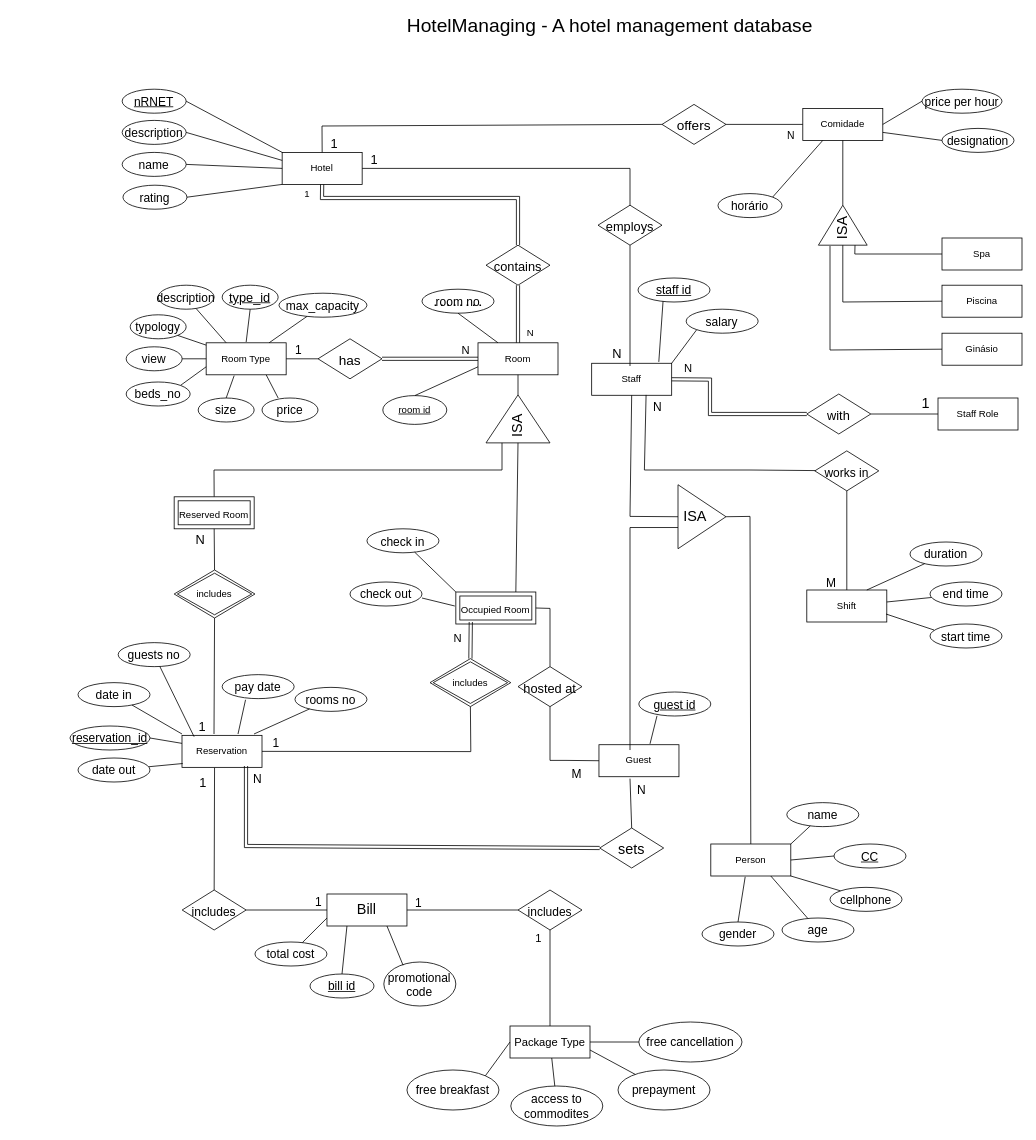
The draw.io diagram HotelManagingER.drawio in icbaptista/HotelManaging, before the edit. Source tidied: cells renumbered, new cells numbered last; positions are measured from the earlier drawing's top-left corner, leaving out a move shared by most shapes. Both pictures are drawn from the tidied source at 80%, with x=0, y=0 at pixel (70, 14).
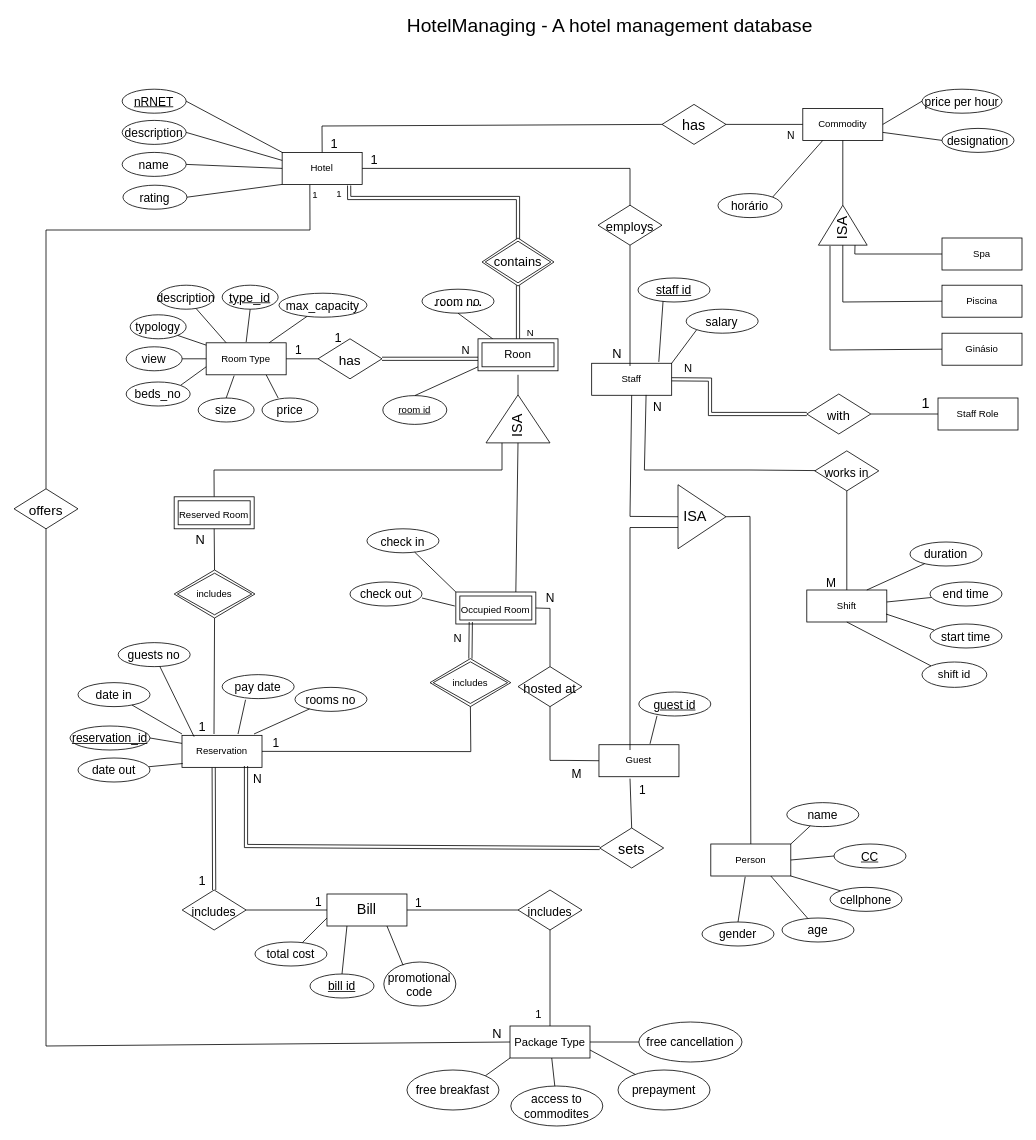
Above is the later version.

Unchanged cells that the change refers to:
```xml
<mxCell id="2" value="Hotel" style="whiteSpace=wrap;html=1;align=center;" parent="1" vertex="1">
  <mxGeometry x="265.2" y="173" width="100" height="40" as="geometry" />
</mxCell>
<mxCell id="22" value="Shift" style="whiteSpace=wrap;html=1;align=center;fontSize=12;" parent="1" vertex="1">
  <mxGeometry x="921" y="720" width="100" height="40" as="geometry" />
</mxCell>
<mxCell id="24" value="&lt;font style=&quot;font-size: 17px&quot;&gt;has&lt;/font&gt;" style="shape=rhombus;perimeter=rhombusPerimeter;whiteSpace=wrap;html=1;align=center;fontSize=24;" parent="1" vertex="1">
  <mxGeometry x="310" y="406" width="80" height="50" as="geometry" />
</mxCell>
<mxCell id="61" value="&lt;div style=&quot;font-size: 18px&quot; align=&quot;left&quot;&gt;&lt;font style=&quot;font-size: 18px&quot;&gt;&amp;nbsp;ISA&lt;/font&gt;&lt;/div&gt;" style="triangle;whiteSpace=wrap;html=1;fontFamily=Helvetica;fontSize=15;fontColor=default;align=left;rotation=-90;" parent="1" vertex="1">
  <mxGeometry x="530" y="466.1" width="60" height="80" as="geometry" />
</mxCell>
<mxCell id="66" value="room no" style="ellipse;whiteSpace=wrap;html=1;fontFamily=Helvetica;fontSize=15;fontColor=default;" parent="1" vertex="1">
  <mxGeometry x="440" y="344" width="90" height="30" as="geometry" />
</mxCell>
<mxCell id="77" value="Reservation" style="whiteSpace=wrap;html=1;align=center;fontSize=12;" parent="1" vertex="1">
  <mxGeometry x="140" y="901.7" width="100" height="40" as="geometry" />
</mxCell>
<mxCell id="92" value="&lt;font style=&quot;font-size: 15px&quot;&gt;includes&lt;/font&gt;" style="shape=rhombus;perimeter=rhombusPerimeter;whiteSpace=wrap;html=1;align=center;fontSize=24;" parent="1" vertex="1">
  <mxGeometry x="140.2" y="1095" width="80" height="50" as="geometry" />
</mxCell>
<mxCell id="129" value="&lt;u&gt;room id&lt;/u&gt;" style="ellipse;whiteSpace=wrap;html=1;" parent="1" vertex="1">
  <mxGeometry x="391" y="477" width="80" height="36" as="geometry" />
</mxCell>
<mxCell id="155" style="endArrow=none;html=1;rounded=0;fontSize=15;entryX=0.388;entryY=1.06;entryDx=0;entryDy=0;entryPerimeter=0;exitX=0.5;exitY=0;exitDx=0;exitDy=0;" parent="1" edge="1" source="78" target="25">
  <mxGeometry relative="1" as="geometry" />
</mxCell>
<mxCell id="167" value="&lt;font style=&quot;font-size: 14px&quot;&gt;Package Type&lt;/font&gt;" style="rounded=0;whiteSpace=wrap;html=1;fontFamily=Helvetica;fontSize=18;fontColor=default;" parent="1" vertex="1">
  <mxGeometry x="550" y="1265" width="100" height="40" as="geometry" />
</mxCell>
<mxCell id="170" style="endArrow=none;html=1;rounded=0;fontSize=14;exitX=0.5;exitY=0;exitDx=0;exitDy=0;entryX=0.5;entryY=1;entryDx=0;entryDy=0;" parent="1" edge="1" source="167" target="164">
  <mxGeometry relative="1" as="geometry" />
</mxCell>
<mxCell id="175" value="free breakfast" style="ellipse;whiteSpace=wrap;html=1;fontFamily=Helvetica;fontSize=15;fontColor=default;" parent="1" vertex="1">
  <mxGeometry x="421.2" y="1320" width="115" height="50" as="geometry" />
</mxCell>
```

Diff of the diagram source:
```diff
@@
-    <mxCell id="4" value="&lt;font style=&quot;font-size: 16px&quot;&gt;contains&lt;/font&gt;" style="shape=rhombus;perimeter=rhombusPerimeter;whiteSpace=wrap;html=1;align=center;fontSize=24;" parent="1" vertex="1">
-      <mxGeometry x="520" y="289" width="80" height="50" as="geometry" />
-    </mxCell>
-    <mxCell id="5" value="Room" style="whiteSpace=wrap;html=1;align=center;fontSize=12;" parent="1" vertex="1">
-      <mxGeometry x="510" y="411" width="100" height="40" as="geometry" />
-    </mxCell>
@@
-    <mxCell id="62" style="endArrow=none;html=1;rounded=0;labelBackgroundColor=default;fontFamily=Helvetica;fontSize=15;fontColor=default;strokeColor=default;shape=connector;exitX=1;exitY=0.5;exitDx=0;exitDy=0;entryX=0.5;entryY=1;entryDx=0;entryDy=0;" parent="1" edge="1" source="61" target="5">
-      <mxGeometry relative="1" as="geometry" />
+    <mxCell id="62" style="endArrow=none;html=1;rounded=0;labelBackgroundColor=default;fontFamily=Helvetica;fontSize=15;fontColor=default;strokeColor=default;shape=connector;exitX=1;exitY=0.5;exitDx=0;exitDy=0;entryX=0.5;entryY=1;entryDx=0;entryDy=0;" parent="1" edge="1" source="61">
+      <mxGeometry relative="1" as="geometry">
+        <mxPoint x="560" y="451" as="targetPoint" />
+      </mxGeometry>
     </mxCell>
@@
-    <mxCell id="68" style="endArrow=none;html=1;rounded=0;labelBackgroundColor=default;fontFamily=Helvetica;fontSize=15;fontColor=default;strokeColor=default;shape=connector;exitX=0.5;exitY=1;exitDx=0;exitDy=0;entryX=0.25;entryY=0;entryDx=0;entryDy=0;" parent="1" edge="1" source="66" target="5">
-      <mxGeometry relative="1" as="geometry" />
+    <mxCell id="68" style="endArrow=none;html=1;rounded=0;labelBackgroundColor=default;fontFamily=Helvetica;fontSize=15;fontColor=default;strokeColor=default;shape=connector;exitX=0.5;exitY=1;exitDx=0;exitDy=0;entryX=0.25;entryY=0;entryDx=0;entryDy=0;" parent="1" edge="1" source="66">
+      <mxGeometry relative="1" as="geometry">
+        <mxPoint x="535" y="411" as="targetPoint" />
+      </mxGeometry>
     </mxCell>
@@
-    <mxCell id="117" style="shape=link;html=1;rounded=0;fontSize=14;entryX=0;entryY=0.5;entryDx=0;entryDy=0;" parent="1" edge="1" source="24" target="5">
-      <mxGeometry relative="1" as="geometry" />
+    <mxCell id="117" style="shape=link;html=1;rounded=0;fontSize=14;entryX=0;entryY=0.5;entryDx=0;entryDy=0;" parent="1" edge="1" source="24">
+      <mxGeometry relative="1" as="geometry">
+        <mxPoint x="510" y="431" as="targetPoint" />
+      </mxGeometry>
     </mxCell>
@@
-    <mxCell id="123" style="shape=link;html=1;rounded=0;entryX=0.5;entryY=1;entryDx=0;entryDy=0;exitX=0.5;exitY=0;exitDx=0;exitDy=0;" parent="1" edge="1" source="4" target="2">
+    <mxCell id="123" style="shape=link;html=1;rounded=0;exitX=0.5;exitY=0;exitDx=0;exitDy=0;entryX=0.837;entryY=1.034;entryDx=0;entryDy=0;entryPerimeter=0;" parent="1" edge="1" target="2">
       <mxGeometry relative="1" as="geometry">
+        <mxPoint x="560" y="289" as="sourcePoint" />
         <Array as="points">
           <mxPoint x="560" y="230" />
-          <mxPoint x="315" y="230" />
+          <mxPoint x="349" y="230" />
         </Array>
       </mxGeometry>
     </mxCell>
     <mxCell id="124" value="1" style="html=1;align=right;verticalAlign=bottom;" parent="123" vertex="1">
       <mxGeometry x="1" relative="1" as="geometry">
-        <mxPoint x="-15" y="20" as="offset" />
+        <mxPoint x="-9" y="19" as="offset" />
       </mxGeometry>
     </mxCell>
-    <mxCell id="125" style="shape=link;html=1;rounded=0;entryX=0.5;entryY=0;entryDx=0;entryDy=0;exitX=0.5;exitY=1;exitDx=0;exitDy=0;" parent="1" edge="1" source="4" target="5">
-      <mxGeometry relative="1" as="geometry" />
+    <mxCell id="125" style="shape=link;html=1;rounded=0;entryX=0.5;entryY=0;entryDx=0;entryDy=0;exitX=0.5;exitY=1;exitDx=0;exitDy=0;" parent="1" edge="1">
+      <mxGeometry relative="1" as="geometry">
+        <mxPoint x="560" y="339" as="sourcePoint" />
+        <mxPoint x="560" y="411" as="targetPoint" />
+      </mxGeometry>
     </mxCell>
@@
-    <mxCell id="130" style="endArrow=none;html=1;rounded=0;exitX=0.5;exitY=0;exitDx=0;exitDy=0;entryX=0;entryY=0.75;entryDx=0;entryDy=0;" parent="1" edge="1" source="129" target="5">
-      <mxGeometry relative="1" as="geometry" />
+    <mxCell id="130" style="endArrow=none;html=1;rounded=0;exitX=0.5;exitY=0;exitDx=0;exitDy=0;entryX=0;entryY=0.75;entryDx=0;entryDy=0;" parent="1" edge="1" source="129">
+      <mxGeometry relative="1" as="geometry">
+        <mxPoint x="510" y="441" as="targetPoint" />
+      </mxGeometry>
     </mxCell>
-    <mxCell id="131" value="Comidade" style="whiteSpace=wrap;html=1;align=center;" parent="1" vertex="1">
+    <mxCell id="131" value="Commodity" style="whiteSpace=wrap;html=1;align=center;" parent="1" vertex="1">
       <mxGeometry x="916" y="118" width="100" height="40" as="geometry" />
     </mxCell>
@@
-    <mxCell id="134" value="&lt;font style=&quot;font-size: 17px&quot;&gt;offers&lt;/font&gt;" style="shape=rhombus;perimeter=rhombusPerimeter;whiteSpace=wrap;html=1;align=center;fontSize=24;" parent="1" vertex="1">
+    <mxCell id="134" value="&lt;font style=&quot;font-size: 18px&quot;&gt;has&lt;/font&gt;" style="shape=rhombus;perimeter=rhombusPerimeter;whiteSpace=wrap;html=1;align=center;fontSize=24;" parent="1" vertex="1">
       <mxGeometry x="740" y="113" width="80" height="50" as="geometry" />
     </mxCell>
@@
-    <mxCell id="153" style="endArrow=none;html=1;rounded=0;labelBackgroundColor=default;fontFamily=Helvetica;fontSize=16;fontColor=default;strokeColor=default;shape=connector;entryX=0.407;entryY=1.014;entryDx=0;entryDy=0;exitX=0.5;exitY=0;exitDx=0;exitDy=0;entryPerimeter=0;" parent="1" edge="1" source="92" target="77">
-      <mxGeometry relative="1" as="geometry" />
-    </mxCell>
-    <mxCell id="154" value="1" style="html=1;align=right;verticalAlign=bottom;fontFamily=Helvetica;fontSize=16;fontColor=default;" parent="153" vertex="1">
-      <mxGeometry x="1" relative="1" as="geometry">
-        <mxPoint x="-10" y="30" as="offset" />
-      </mxGeometry>
-    </mxCell>
@@
-    <mxCell id="156" value="N" style="html=1;align=right;verticalAlign=bottom;fontSize=15;" parent="155" vertex="1">
+    <mxCell id="156" value="1" style="html=1;align=right;verticalAlign=bottom;fontSize=15;" parent="155" vertex="1">
       <mxGeometry x="1" relative="1" as="geometry">
         <mxPoint x="20" y="24" as="offset" />
       </mxGeometry>
     </mxCell>
@@
     <mxCell id="171" value="1" style="html=1;align=right;verticalAlign=bottom;fontSize=14;" parent="170" vertex="1">
       <mxGeometry x="1" relative="1" as="geometry">
-        <mxPoint x="-10" y="20" as="offset" />
+        <mxPoint x="-10" y="115" as="offset" />
       </mxGeometry>
     </mxCell>
@@
-    <mxCell id="176" style="endArrow=none;html=1;rounded=0;fontSize=14;exitX=1;exitY=0;exitDx=0;exitDy=0;entryX=0;entryY=0.5;entryDx=0;entryDy=0;" parent="1" edge="1" source="175" target="167">
+    <mxCell id="176" style="endArrow=none;html=1;rounded=0;fontSize=14;exitX=1;exitY=0;exitDx=0;exitDy=0;entryX=0;entryY=1;entryDx=0;entryDy=0;" parent="1" edge="1" source="175" target="167">
       <mxGeometry relative="1" as="geometry" />
     </mxCell>
@@
+    <mxCell id="180" value="shift id" style="ellipse;whiteSpace=wrap;html=1;fontSize=14;" parent="1" vertex="1">
+      <mxGeometry x="1065" y="810" width="81" height="31.7" as="geometry" />
+    </mxCell>
+    <mxCell id="181" style="endArrow=none;html=1;rounded=0;fontSize=14;exitX=0.5;exitY=1;exitDx=0;exitDy=0;entryX=0;entryY=0;entryDx=0;entryDy=0;" parent="1" edge="1" source="22" target="180">
+      <mxGeometry relative="1" as="geometry" />
+    </mxCell>
+    <mxCell id="182" value="Roon" style="shape=ext;margin=3;double=1;whiteSpace=wrap;html=1;align=center;fontSize=14;" parent="1" vertex="1">
+      <mxGeometry x="510" y="406" width="100" height="40" as="geometry" />
+    </mxCell>
+    <mxCell id="4" value="&lt;font style=&quot;font-size: 16px&quot;&gt;contains&lt;/font&gt;" style="shape=rhombus;double=1;perimeter=rhombusPerimeter;whiteSpace=wrap;html=1;align=center;fontSize=14;" parent="1" vertex="1">
+      <mxGeometry x="515" y="280" width="90" height="60" as="geometry" />
+    </mxCell>
+    <mxCell id="183" style="shape=link;html=1;rounded=0;fontSize=16;exitX=0.396;exitY=1.006;exitDx=0;exitDy=0;exitPerimeter=0;entryX=0.5;entryY=0;entryDx=0;entryDy=0;" parent="1" edge="1" source="77" target="92">
+      <mxGeometry relative="1" as="geometry" />
+    </mxCell>
+    <mxCell id="184" value="1" style="html=1;align=right;verticalAlign=bottom;fontSize=16;" parent="183" vertex="1">
+      <mxGeometry x="1" relative="1" as="geometry">
+        <mxPoint x="-10" y="-1" as="offset" />
+      </mxGeometry>
+    </mxCell>
+    <mxCell id="185" value="&lt;font style=&quot;font-size: 17px&quot;&gt;offers&lt;/font&gt;" style="shape=rhombus;perimeter=rhombusPerimeter;whiteSpace=wrap;html=1;align=center;fontSize=24;" parent="1" vertex="1">
+      <mxGeometry x="-70" y="593.5" width="80" height="50" as="geometry" />
+    </mxCell>
+    <mxCell id="186" style="endArrow=none;html=1;rounded=0;fontSize=16;entryX=0.5;entryY=0;entryDx=0;entryDy=0;exitX=0.346;exitY=1.011;exitDx=0;exitDy=0;exitPerimeter=0;" parent="1" edge="1" source="2" target="185">
+      <mxGeometry relative="1" as="geometry">
+        <Array as="points">
+          <mxPoint x="300" y="270" />
+          <mxPoint x="-30" y="270" />
+        </Array>
+      </mxGeometry>
+    </mxCell>
+    <mxCell id="187" value="1" style="html=1;align=right;verticalAlign=bottom;fontSize=16;" parent="186" vertex="1">
+      <mxGeometry x="1" relative="1" as="geometry">
+        <mxPoint x="370" y="-177" as="offset" />
+      </mxGeometry>
+    </mxCell>
+    <mxCell id="188" style="endArrow=none;html=1;rounded=0;fontSize=16;exitX=0.5;exitY=1;exitDx=0;exitDy=0;entryX=0;entryY=0.5;entryDx=0;entryDy=0;" parent="1" edge="1" source="185" target="167">
+      <mxGeometry relative="1" as="geometry">
+        <Array as="points">
+          <mxPoint x="-30" y="1290" />
+        </Array>
+      </mxGeometry>
+    </mxCell>
+    <mxCell id="189" value="N" style="html=1;align=right;verticalAlign=bottom;fontSize=16;" parent="188" vertex="1">
+      <mxGeometry x="1" relative="1" as="geometry">
+        <mxPoint x="-10" as="offset" />
+      </mxGeometry>
+    </mxCell>
+    <mxCell id="190" value="N" style="html=1;align=right;verticalAlign=bottom;fontFamily=Helvetica;fontSize=15;fontColor=default;" parent="1" vertex="1">
+      <mxGeometry x="660" y="980" as="geometry">
+        <mxPoint x="-54" y="-240" as="offset" />
+      </mxGeometry>
+    </mxCell>
+    <mxCell id="191" value="1" style="html=1;align=right;verticalAlign=bottom;" parent="1" vertex="1">
+      <mxGeometry x="310" y="233.5" as="geometry" />
+    </mxCell>
```
